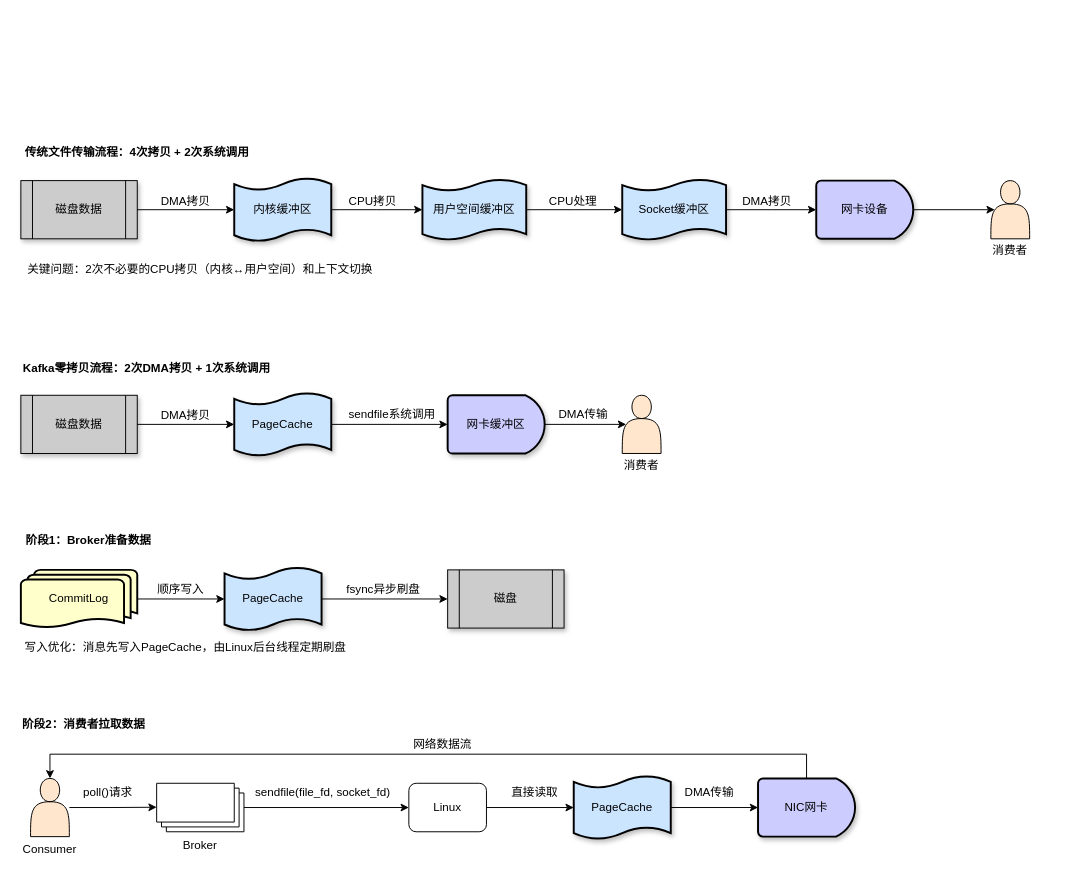
Above: achitecture_diagram/Kafka零拷贝技术.drawio in abigalexy/online_drawing (draw.io), before the change. Source tidied: cells renumbered, new cells numbered last; positions are measured from the earlier drawing's top-left corner, leaving out a move shared by most shapes. Both pictures are drawn from the tidied source at 97%, with x=0, y=0 at pixel (20, 143).
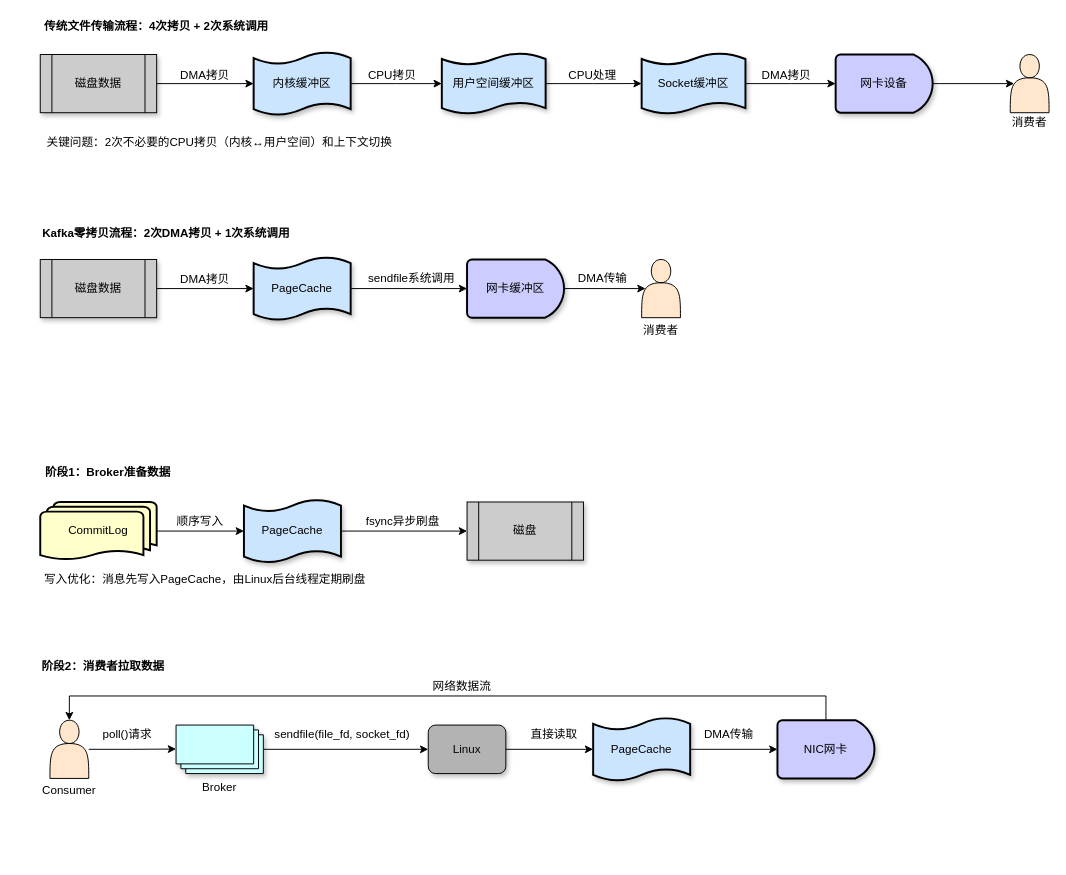
Above is the later version.

Commit message:
更新Kafka零拷贝技术.drawio

Unchanged cells that the change refers to:
```xml
<mxCell id="5" style="group;" parent="3" vertex="1">
  <mxGeometry y="36.2" width="1040" height="103.8" as="geometry" />
</mxCell>
```

The edit, as a diff of the source:
```diff
@@
-    <mxCell id="2" value="消费者" style="text;strokeColor=none;align=center;fillColor=none;html=1;verticalAlign=middle;whiteSpace=wrap;rounded=0;" parent="1" vertex="1">
-      <mxGeometry x="1000" y="101.2" width="40" height="20" as="geometry" />
-    </mxCell>
     <mxCell id="3" style="group;" parent="1" vertex="1">
-      <mxGeometry width="1040" height="140" as="geometry" />
+      <mxGeometry x="20" y="-130" width="1040" height="140" as="geometry" />
     </mxCell>
@@
+    <mxCell id="2" value="消费者" style="text;strokeColor=none;align=center;fillColor=none;html=1;verticalAlign=middle;whiteSpace=wrap;rounded=0;" parent="5" vertex="1">
+      <mxGeometry x="1000" y="62.5" width="40" height="20" as="geometry" />
+    </mxCell>
     <mxCell id="22" style="group;" parent="1" vertex="1">
-      <mxGeometry y="220" width="660" height="122.5" as="geometry" />
+      <mxGeometry x="20" y="80" width="660" height="122.5" as="geometry" />
     </mxCell>
@@
     <mxCell id="36" style="group;" parent="1" vertex="1">
-      <mxGeometry y="400" width="560" height="130" as="geometry" />
+      <mxGeometry x="20" y="330" width="560" height="130" as="geometry" />
     </mxCell>
@@
     <mxCell id="47" style="group;" parent="1" vertex="1">
-      <mxGeometry y="590" width="860" height="147.5" as="geometry" />
+      <mxGeometry x="20" y="530" width="860" height="147.5" as="geometry" />
     </mxCell>
@@
-    <mxCell id="50" style="shape=actor;whiteSpace=wrap;html=1;fillColor=#FFE6CC;" parent="47" vertex="1">
+    <mxCell id="50" style="shape=actor;whiteSpace=wrap;html=1;fillColor=#FFE6CC;shadow=0;" parent="47" vertex="1">
       <mxGeometry x="10" y="65" width="40" height="60" as="geometry" />
     </mxCell>
@@
-    <mxCell id="52" value="Broker" style="verticalLabelPosition=bottom;verticalAlign=top;html=1;shape=mxgraph.basic.layered_rect;dx=10;outlineConnect=0;whiteSpace=wrap;" parent="47" vertex="1">
+    <mxCell id="52" value="Broker" style="verticalLabelPosition=bottom;verticalAlign=top;html=1;shape=mxgraph.basic.layered_rect;dx=10;outlineConnect=0;whiteSpace=wrap;fillColor=#CCFFFF;shadow=1;" parent="47" vertex="1">
       <mxGeometry x="140" y="70" width="90" height="50" as="geometry" />
     </mxCell>
-    <mxCell id="53" value="Linux" style="rounded=1;whiteSpace=wrap;html=1;" parent="47" vertex="1">
+    <mxCell id="53" value="Linux" style="rounded=1;whiteSpace=wrap;html=1;fillColor=#B3B3B3;shadow=1;" parent="47" vertex="1">
       <mxGeometry x="400" y="70" width="80" height="50" as="geometry" />
     </mxCell>
```
